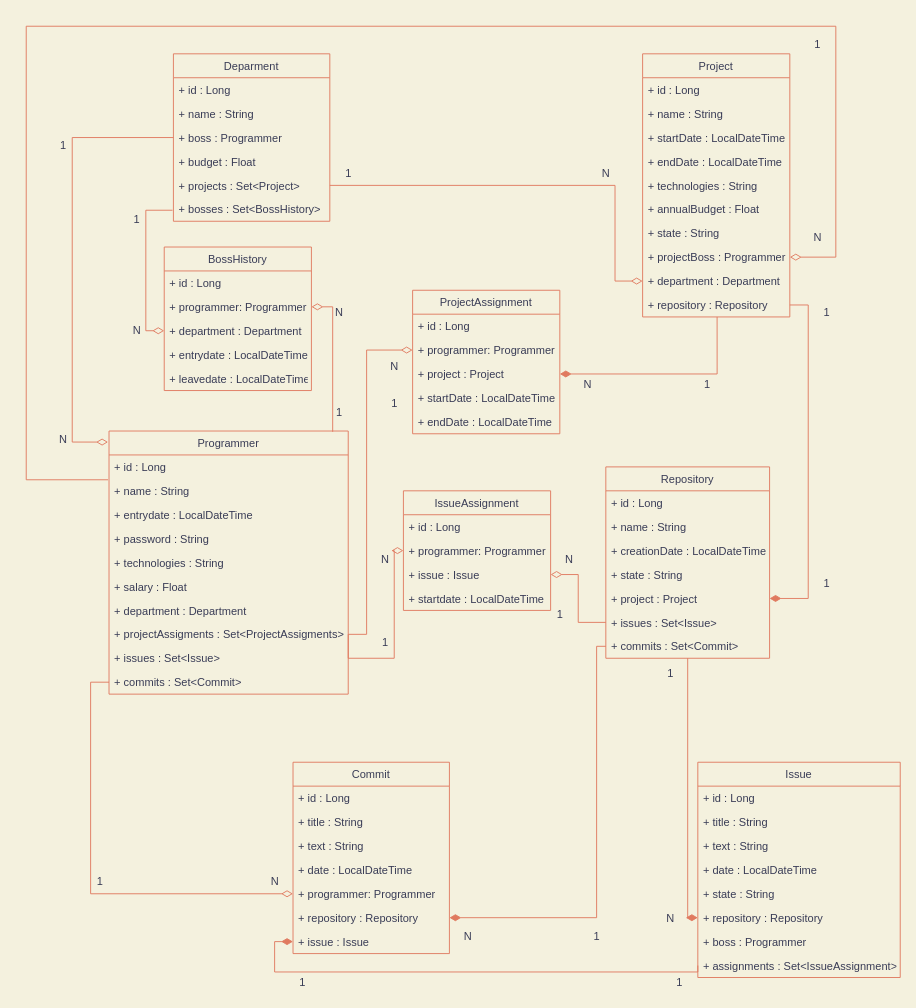
Earlier version of the draw.io diagram DataAccessSLJPA/diagrams/diagrama_clases.drawio (sps169/DataAccessSL). Source tidied: cells renumbered, new cells numbered last; positions are measured from the earlier drawing's top-left corner, leaving out a move shared by most shapes. Both pictures are drawn from the tidied source at 92%, with x=0, y=0 at pixel (26, 26).
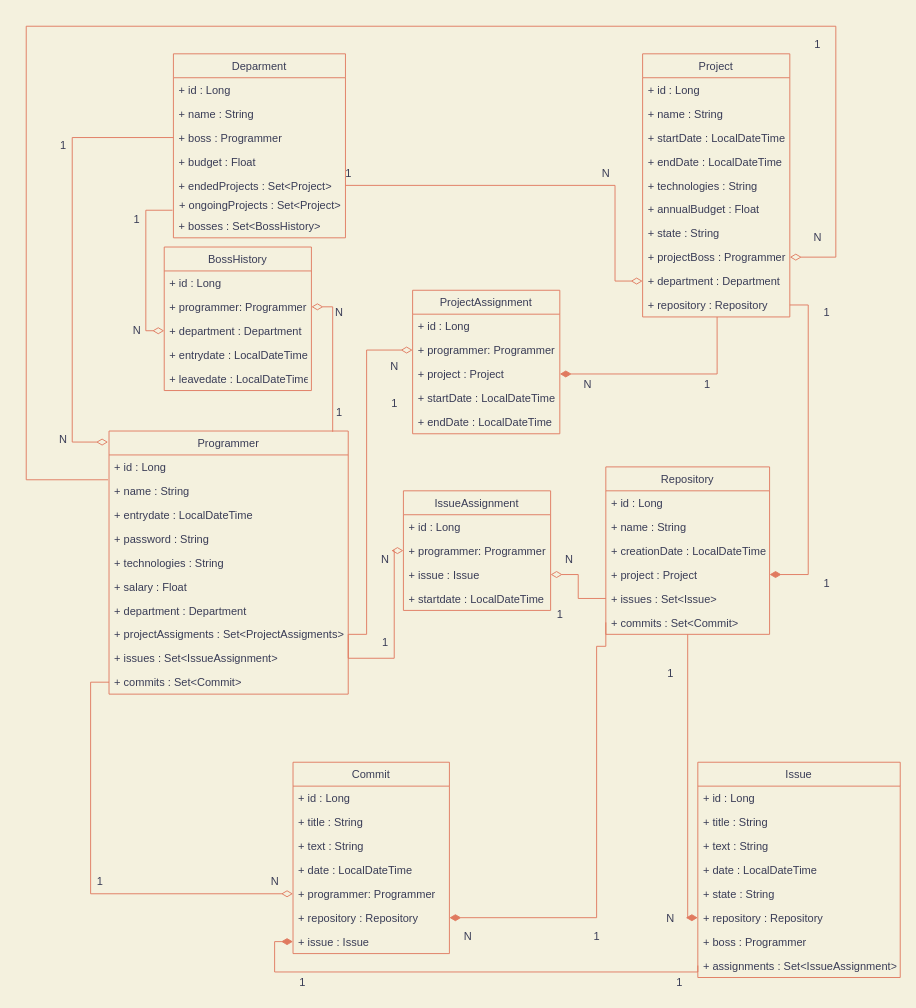
The same diagram, later.

Commit message (it also covers changes not shown here):
word + pequeños cambios en el diagrama

Unchanged cells that the change refers to:
```xml
<mxCell id="89" value="Programmer" style="swimlane;fontStyle=0;horizontal=1;startSize=26;fillColor=none;rounded=0;sketch=0;fontColor=#393C56;strokeColor=#E07A5F;" parent="1" vertex="1">
  <mxGeometry x="90" y="440" width="260" height="286" as="geometry" />
</mxCell>
```

Diff of the diagram source:
```diff
@@
     <mxCell id="58" value="Repository" style="swimlane;fontStyle=0;horizontal=1;startSize=26;fillColor=none;rounded=0;sketch=0;fontColor=#393C56;strokeColor=#E07A5F;" parent="1" vertex="1">
-      <mxGeometry x="630" y="479" width="178" height="208" as="geometry" />
+      <mxGeometry x="630" y="479" width="178" height="182" as="geometry" />
     </mxCell>
@@
-    <mxCell id="62" value="+ state : String" style="text;strokeColor=none;fillColor=none;align=left;verticalAlign=top;spacingLeft=4;spacingRight=4;overflow=hidden;fontColor=#393C56;" parent="58" vertex="1">
-      <mxGeometry y="104" width="178" height="26" as="geometry" />
-    </mxCell>
     <mxCell id="63" value="+ project : Project" style="text;strokeColor=none;fillColor=none;align=left;verticalAlign=top;spacingLeft=4;spacingRight=4;overflow=hidden;points=[[0,0.5],[1,0.5]];portConstraint=eastwest;fontColor=#393C56;" parent="58" vertex="1">
-      <mxGeometry y="130" width="178" height="26" as="geometry" />
+      <mxGeometry y="104" width="178" height="26" as="geometry" />
     </mxCell>
     <mxCell id="64" value="+ issues : Set&lt;Issue&gt;" style="text;strokeColor=none;fillColor=none;align=left;verticalAlign=top;spacingLeft=4;spacingRight=4;overflow=hidden;points=[[0,0.5],[1,0.5]];portConstraint=eastwest;fontColor=#393C56;" parent="58" vertex="1">
-      <mxGeometry y="156" width="178" height="26" as="geometry" />
+      <mxGeometry y="130" width="178" height="26" as="geometry" />
     </mxCell>
     <mxCell id="65" value="+ commits : Set&lt;Commit&gt;" style="text;strokeColor=none;fillColor=none;align=left;verticalAlign=top;spacingLeft=4;spacingRight=4;overflow=hidden;points=[[0,0.5],[1,0.5]];portConstraint=eastwest;fontColor=#393C56;" parent="58" vertex="1">
-      <mxGeometry y="182" width="178" height="26" as="geometry" />
+      <mxGeometry y="156" width="178" height="26" as="geometry" />
     </mxCell>
@@
-    <mxCell id="98" value="+ issues : Set&lt;Issue&gt;" style="text;strokeColor=none;fillColor=none;align=left;verticalAlign=top;spacingLeft=4;spacingRight=4;overflow=hidden;fontColor=#393C56;" parent="89" vertex="1">
+    <mxCell id="98" value="+ issues : Set&lt;IssueAssignment&gt;" style="text;strokeColor=none;fillColor=none;align=left;verticalAlign=top;spacingLeft=4;spacingRight=4;overflow=hidden;fontColor=#393C56;" parent="89" vertex="1">
       <mxGeometry y="234" width="260" height="26" as="geometry" />
     </mxCell>
@@
     <mxCell id="100" value="Deparment" style="swimlane;fontStyle=0;horizontal=1;startSize=26;fillColor=none;rounded=0;sketch=0;fontColor=#393C56;strokeColor=#E07A5F;" parent="1" vertex="1">
-      <mxGeometry x="160" y="30" width="170" height="182" as="geometry" />
+      <mxGeometry x="160" y="30" width="187" height="200" as="geometry" />
     </mxCell>
     <mxCell id="101" value="+ id : Long" style="text;strokeColor=none;fillColor=none;align=left;verticalAlign=top;spacingLeft=4;spacingRight=4;overflow=hidden;fontColor=#393C56;" parent="100" vertex="1">
-      <mxGeometry y="26" width="170" height="26" as="geometry" />
+      <mxGeometry y="26" width="187" height="26" as="geometry" />
     </mxCell>
     <mxCell id="102" value="+ name : String" style="text;strokeColor=none;fillColor=none;align=left;verticalAlign=top;spacingLeft=4;spacingRight=4;overflow=hidden;fontColor=#393C56;" parent="100" vertex="1">
-      <mxGeometry y="52" width="170" height="26" as="geometry" />
+      <mxGeometry y="52" width="187" height="26" as="geometry" />
     </mxCell>
     <mxCell id="103" value="+ boss : Programmer" style="text;strokeColor=none;fillColor=none;align=left;verticalAlign=top;spacingLeft=4;spacingRight=4;overflow=hidden;points=[[0,0.5],[1,0.5]];portConstraint=eastwest;fontColor=#393C56;" parent="100" vertex="1">
-      <mxGeometry y="78" width="170" height="26" as="geometry" />
+      <mxGeometry y="78" width="187" height="26" as="geometry" />
     </mxCell>
     <mxCell id="104" value="+ budget : Float" style="text;strokeColor=none;fillColor=none;align=left;verticalAlign=top;spacingLeft=4;spacingRight=4;overflow=hidden;fontColor=#393C56;" parent="100" vertex="1">
-      <mxGeometry y="104" width="170" height="26" as="geometry" />
+      <mxGeometry y="104" width="187" height="26" as="geometry" />
     </mxCell>
-    <mxCell id="105" value="+ projects : Set&lt;Project&gt;" style="text;strokeColor=none;fillColor=none;align=left;verticalAlign=top;spacingLeft=4;spacingRight=4;overflow=hidden;points=[[0,0.5],[1,0.5]];portConstraint=eastwest;fontColor=#393C56;" parent="100" vertex="1">
-      <mxGeometry y="130" width="170" height="26" as="geometry" />
+    <mxCell id="105" value="+ endedProjects : Set&lt;Project&gt;" style="text;strokeColor=none;fillColor=none;align=left;verticalAlign=top;spacingLeft=4;spacingRight=4;overflow=hidden;points=[[0,0.5],[1,0.5]];portConstraint=eastwest;fontColor=#393C56;" parent="100" vertex="1">
+      <mxGeometry y="130" width="187" height="26" as="geometry" />
     </mxCell>
+    <mxCell id="115" value="&lt;font color=&quot;#393c56&quot;&gt;+ ongoingProjects : Set&amp;lt;Project&amp;gt;&lt;/font&gt;" style="text;html=1;align=center;verticalAlign=middle;strokeColor=none;" parent="100" vertex="1">
+      <mxGeometry y="156" width="187" height="18" as="geometry" />
+    </mxCell>
     <mxCell id="106" value="+ bosses : Set&lt;BossHistory&gt;" style="text;strokeColor=none;fillColor=none;align=left;verticalAlign=top;spacingLeft=4;spacingRight=4;overflow=hidden;fontColor=#393C56;" parent="100" vertex="1">
-      <mxGeometry y="156" width="170" height="26" as="geometry" />
+      <mxGeometry y="174" width="187" height="26" as="geometry" />
     </mxCell>
```
